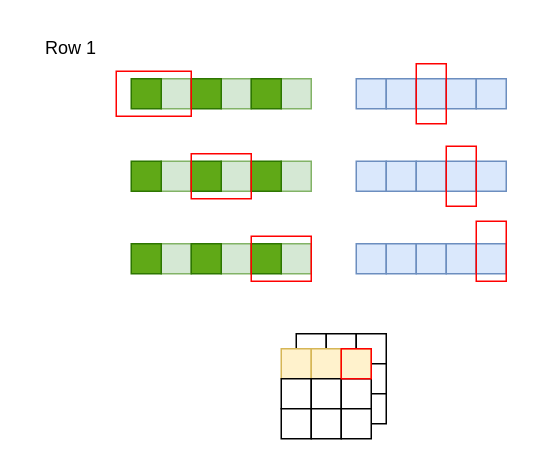
Above: page "第 6 页" (6 of 6) of LAB/AOC_2024_Lab4/AOC_LAB4.drawio in kevin199907/AOC (draw.io), before the change. Source tidied: cells renumbered, new cells numbered last; positions are measured from the earlier drawing's top-left corner, leaving out a move shared by most shapes. Both pictures are drawn from the tidied source at 150%, with x=0, y=0 at pixel (26, 26).
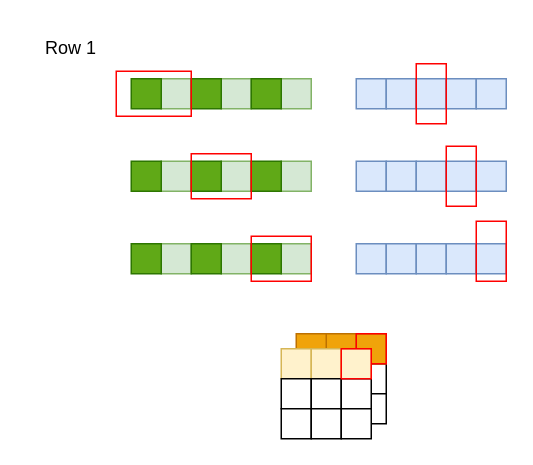
The same page after the edit.

What changed in the source:
```diff
@@
+    <mxCell id="49" style="rounded=0;whiteSpace=wrap;html=1;" parent="1" vertex="1">
+      <mxGeometry x="220" y="225" width="20" height="20" as="geometry" />
+    </mxCell>
+    <mxCell id="61" style="rounded=0;whiteSpace=wrap;html=1;fillColor=#f0a30a;fontColor=#000000;strokeColor=#BD7000;" parent="1" vertex="1">
+      <mxGeometry x="220" y="205" width="20" height="20" as="geometry" />
+    </mxCell>
@@
-    <mxCell id="42" style="rounded=0;whiteSpace=wrap;html=1;" parent="1" vertex="1">
-      <mxGeometry x="180" y="205" width="20" height="20" as="geometry" />
-    </mxCell>
-    <mxCell id="43" style="rounded=0;whiteSpace=wrap;html=1;" parent="1" vertex="1">
-      <mxGeometry x="200" y="205" width="20" height="20" as="geometry" />
-    </mxCell>
-    <mxCell id="44" style="rounded=0;whiteSpace=wrap;html=1;" parent="1" vertex="1">
-      <mxGeometry x="220" y="205" width="20" height="20" as="geometry" />
-    </mxCell>
+    <mxCell id="62" style="rounded=0;whiteSpace=wrap;html=1;fillColor=#f0a30a;fontColor=#000000;strokeColor=#BD7000;" parent="1" vertex="1">
+      <mxGeometry x="200" y="205" width="20" height="20" as="geometry" />
+    </mxCell>
+    <mxCell id="63" style="rounded=0;whiteSpace=wrap;html=1;fillColor=#f0a30a;fontColor=#000000;strokeColor=#BD7000;" parent="1" vertex="1">
+      <mxGeometry x="180" y="205" width="20" height="20" as="geometry" />
+    </mxCell>
+    <mxCell id="64" style="rounded=0;whiteSpace=wrap;html=1;fillColor=none;strokeColor=#FF0000;" parent="1" vertex="1">
+      <mxGeometry x="220" y="205" width="20" height="20" as="geometry" />
+    </mxCell>
@@
-    <mxCell id="49" style="rounded=0;whiteSpace=wrap;html=1;" parent="1" vertex="1">
-      <mxGeometry x="220" y="225" width="20" height="20" as="geometry" />
-    </mxCell>
```
